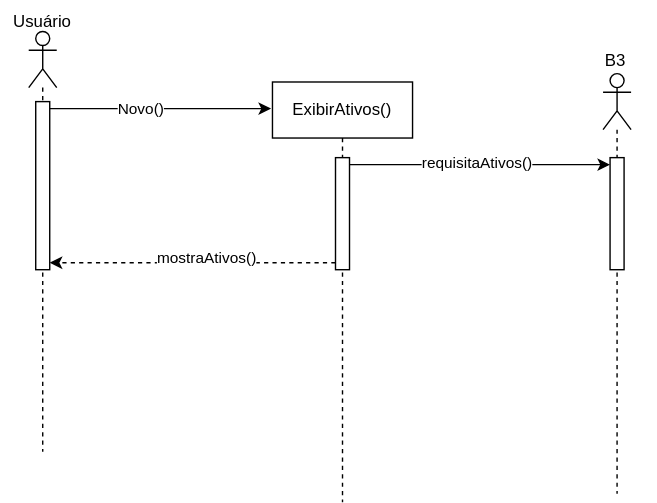
Before: CScaso10.drawio.svg, a diagram exported from draw.io (JesCat16/Projeto01_Modelagem_De_Software). Source tidied: cells renumbered, new cells last; positions are measured from the earlier drawing's top-left corner, leaving out a move shared by most shapes.
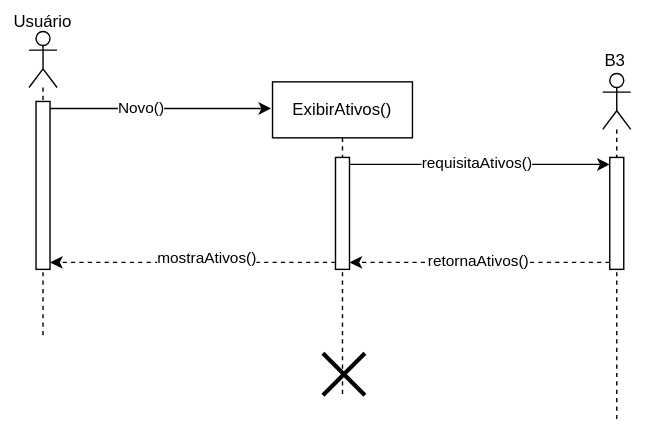
After the change.

Change to the diagram source:
```diff
@@ -3,7 +3,7 @@
     <mxCell id="0" />
     <mxCell id="1" parent="0" />
     <mxCell id="2" style="shape=umlLifeline;perimeter=lifelinePerimeter;whiteSpace=wrap;html=1;newEdgeStyle={&quot;curved&quot;:0,&quot;rounded&quot;:0};participant=umlActor;" parent="1" vertex="1">
-      <mxGeometry x="20" y="22" width="20" height="300" as="geometry" />
+      <mxGeometry x="20" y="22" width="20" height="220" as="geometry" />
     </mxCell>
     <mxCell id="3" style="edgeStyle=orthogonalEdgeStyle;rounded=0;jettySize=auto;html=1;curved=0;exitX=1;exitY=0;exitDx=0;exitDy=5;exitPerimeter=0;" parent="2" edge="1" source="5">
       <mxGeometry relative="1" as="geometry">
@@ -17,13 +17,16 @@
       <mxGeometry x="5" y="50" width="10" height="120" as="geometry" />
     </mxCell>
     <mxCell id="6" value="ExibirAtivos()" style="shape=umlLifeline;perimeter=lifelinePerimeter;whiteSpace=wrap;html=1;newEdgeStyle={&quot;curved&quot;:0,&quot;rounded&quot;:0};" parent="1" vertex="1">
-      <mxGeometry x="194" y="58" width="100" height="300" as="geometry" />
+      <mxGeometry x="194" y="58" width="100" height="224" as="geometry" />
     </mxCell>
     <mxCell id="7" style="html=1;points=[[0,0,0,0,5],[0,1,0,0,-5],[1,0,0,0,5],[1,1,0,0,-5]];perimeter=orthogonalPerimeter;outlineConnect=0;targetShapes=umlLifeline;portConstraint=eastwest;newEdgeStyle={&quot;curved&quot;:0,&quot;rounded&quot;:0};" parent="6" vertex="1">
       <mxGeometry x="45" y="54" width="10" height="80" as="geometry" />
     </mxCell>
+    <mxCell id="16" style="shape=umlDestroy;whiteSpace=wrap;html=1;strokeWidth=3;targetShapes=umlLifeline;" parent="6" vertex="1">
+      <mxGeometry x="36" y="194" width="30" height="30" as="geometry" />
+    </mxCell>
     <mxCell id="8" style="shape=umlLifeline;perimeter=lifelinePerimeter;whiteSpace=wrap;html=1;newEdgeStyle={&quot;curved&quot;:0,&quot;rounded&quot;:0};participant=umlActor;" parent="1" vertex="1">
-      <mxGeometry x="430" y="52" width="20" height="300" as="geometry" />
+      <mxGeometry x="430" y="52" width="20" height="250" as="geometry" />
     </mxCell>
     <mxCell id="9" style="html=1;points=[[0,0,0,0,5],[0,1,0,0,-5],[1,0,0,0,5],[1,1,0,0,-5]];perimeter=orthogonalPerimeter;outlineConnect=0;targetShapes=umlLifeline;portConstraint=eastwest;newEdgeStyle={&quot;curved&quot;:0,&quot;rounded&quot;:0};" parent="8" vertex="1">
       <mxGeometry x="5" y="60" width="10" height="80" as="geometry" />
@@ -46,5 +49,13 @@
     <mxCell id="15" value="mostraAtivos()" style="edgeLabel;html=1;align=center;verticalAlign=middle;" parent="14" vertex="1">
       <mxGeometry x="-0.09" y="-4" relative="1" as="geometry" />
     </mxCell>
+    <mxCell id="17" style="edgeStyle=orthogonalEdgeStyle;rounded=0;jettySize=auto;html=1;curved=0;exitX=0;exitY=1;exitDx=0;exitDy=-5;exitPerimeter=0;entryX=1;entryY=1;entryDx=0;entryDy=-5;entryPerimeter=0;dashed=1;" parent="1" edge="1" source="9" target="7">
+      <mxGeometry relative="1" as="geometry" />
+    </mxCell>
+    <mxCell id="18" value="retornaAtivos()" style="edgeLabel;html=1;align=center;verticalAlign=middle;" parent="17" vertex="1">
+      <mxGeometry x="0.1" y="-2" relative="1" as="geometry">
+        <mxPoint x="7" as="offset" />
+      </mxGeometry>
+    </mxCell>
   </root>
 </mxGraphModel>
```
